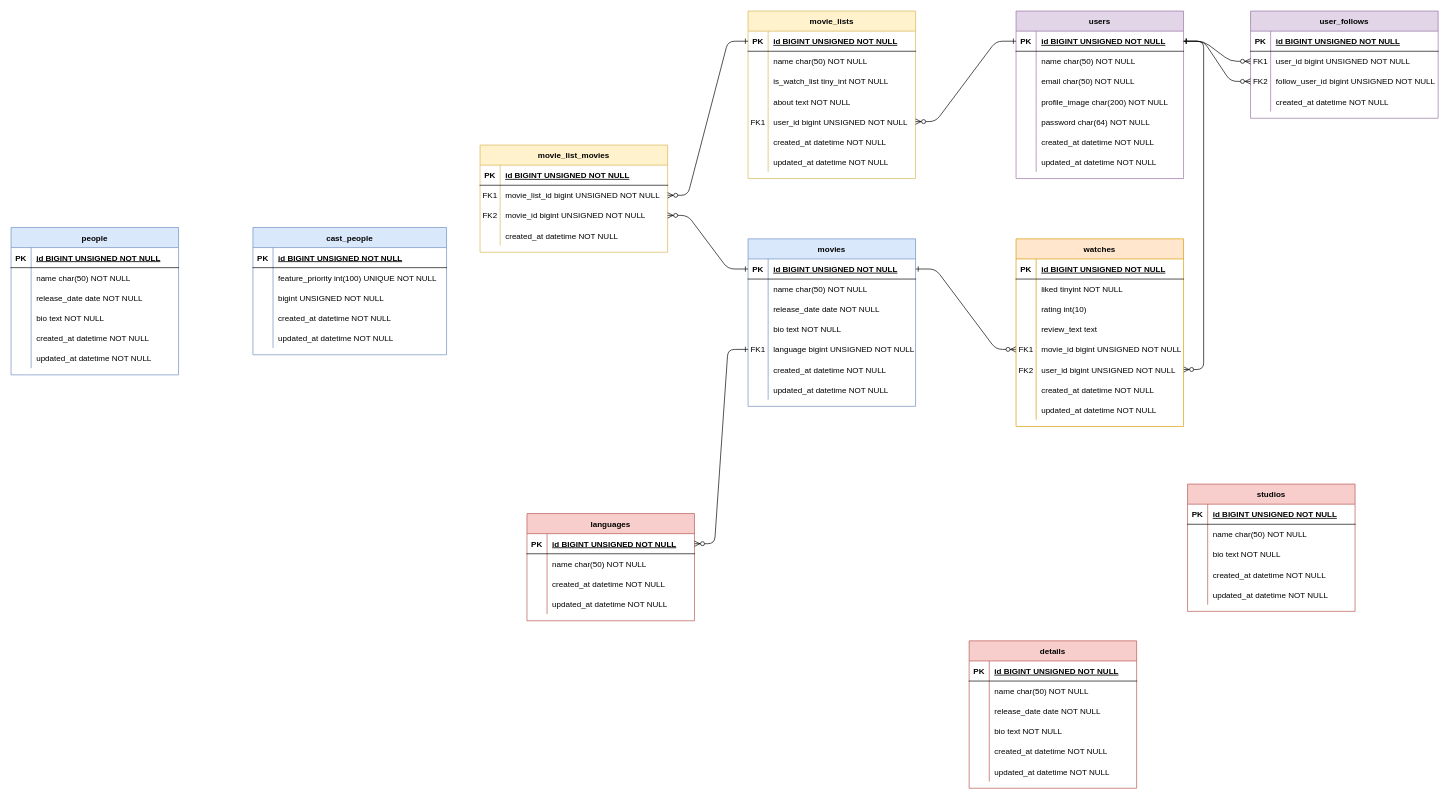
Above: draw_io/letterboxd.drawio in DonovanFitzGerald/letterboxd (draw.io), before the change. Source tidied: cells renumbered, new cells numbered last; positions are measured from the earlier drawing's top-left corner, leaving out a move shared by most shapes. Both pictures are drawn from the tidied source at 67%, with x=0, y=0 at pixel (11, 11).
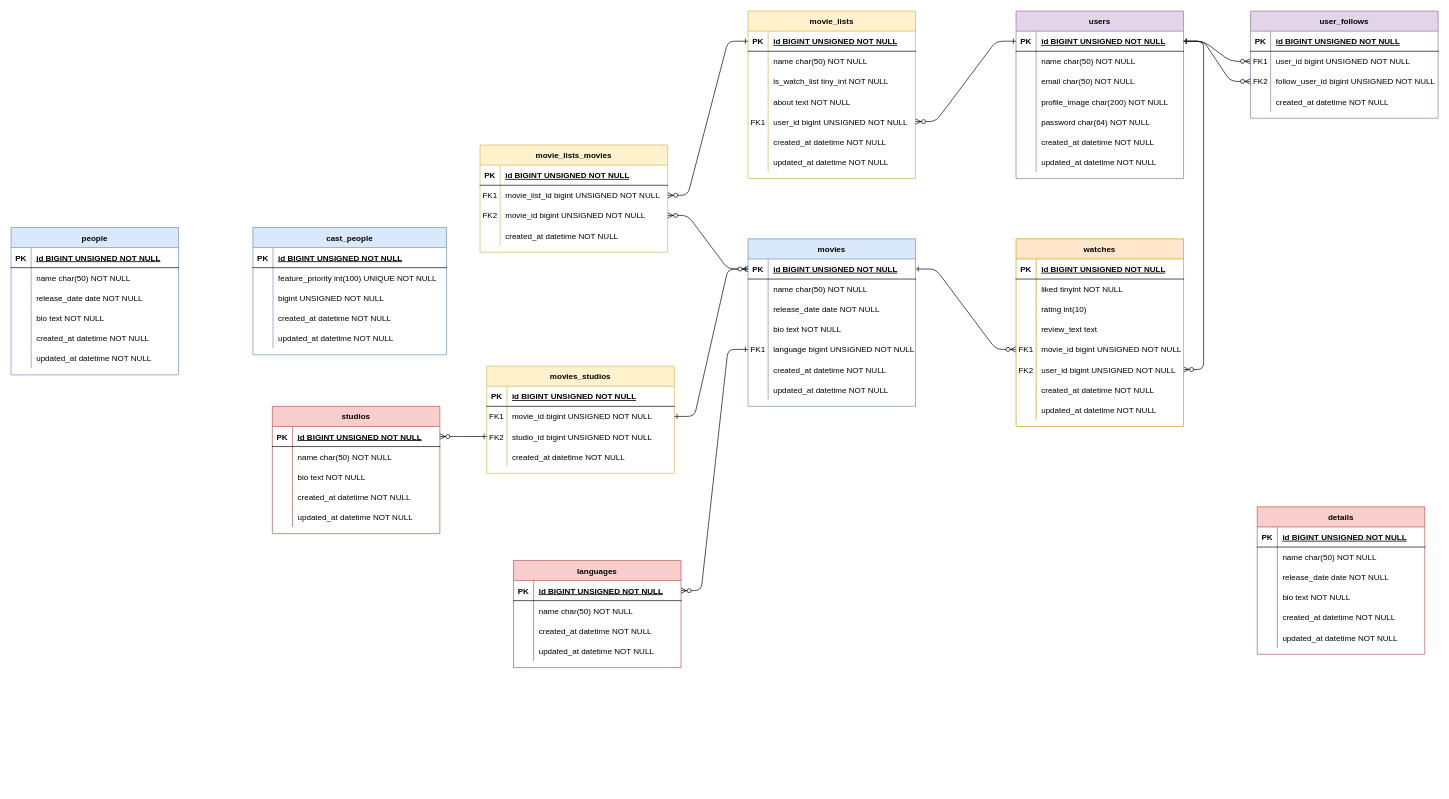
Above is the later version.

Commit message:
Studio pivot table

Unchanged cells that the change refers to:
```xml
<mxCell id="52" style="shape=partialRectangle;fillColor=none;points=[[0,0.5],[1,0.5]];portConstraint=eastwest;top=0;left=0;right=0;bottom=1;" parent="51" vertex="1">
  <mxGeometry y="30" width="250" height="30" as="geometry" />
</mxCell>
<mxCell id="162" style="shape=partialRectangle;fillColor=none;points=[[0,0.5],[1,0.5]];portConstraint=eastwest;top=0;left=0;right=0;bottom=1;" parent="161" vertex="1">
  <mxGeometry y="30" width="250" height="30" as="geometry" />
</mxCell>
```

The edit, as a diff of the source:
```diff
@@
-    <mxCell id="96" value="movie_list_movies" style="shape=table;startSize=30;childLayout=tableLayout;rowLines=0;fontStyle=1;align=center;fillColor=#fff2cc;strokeColor=#d6b656;" parent="1" vertex="1">
+    <mxCell id="96" value="movie_lists_movies" style="shape=table;startSize=30;childLayout=tableLayout;rowLines=0;fontStyle=1;align=center;fillColor=#fff2cc;strokeColor=#d6b656;" parent="1" vertex="1">
       <mxGeometry x="700" y="200" width="280" height="160" as="geometry" />
     </mxCell>
@@
     <mxCell id="142" value="details" style="shape=table;startSize=30;childLayout=tableLayout;rowLines=0;fontStyle=1;align=center;fillColor=#f8cecc;strokeColor=#b85450;" parent="1" vertex="1">
-      <mxGeometry x="1430" y="940" width="250" height="220" as="geometry" />
+      <mxGeometry x="1860" y="740" width="250" height="220" as="geometry" />
     </mxCell>
@@
     <mxCell id="161" value="studios" style="shape=table;startSize=30;childLayout=tableLayout;rowLines=0;fontStyle=1;align=center;fillColor=#f8cecc;strokeColor=#b85450;" parent="1" vertex="1">
-      <mxGeometry x="1756" y="706" width="250" height="190" as="geometry" />
+      <mxGeometry x="390" y="590" width="250" height="190" as="geometry" />
     </mxCell>
@@
     <mxCell id="177" value="languages" style="shape=table;startSize=30;childLayout=tableLayout;rowLines=0;fontStyle=1;align=center;fillColor=#f8cecc;strokeColor=#b85450;" parent="1" vertex="1">
-      <mxGeometry x="770" y="750" width="250" height="160" as="geometry" />
+      <mxGeometry x="750" y="820" width="250" height="160" as="geometry" />
     </mxCell>
@@
+    <mxCell id="210" value="movies_studios" style="shape=table;startSize=30;childLayout=tableLayout;rowLines=0;fontStyle=1;align=center;fillColor=#fff2cc;strokeColor=#d6b656;" parent="1" vertex="1">
+      <mxGeometry x="710" y="530" width="280" height="160" as="geometry" />
+    </mxCell>
+    <mxCell id="211" style="shape=partialRectangle;fillColor=none;top=0;left=0;right=0;bottom=1;" parent="210" vertex="1">
+      <mxGeometry y="30" width="280" height="30" as="geometry" />
+    </mxCell>
+    <mxCell id="212" value="PK" style="shape=partialRectangle;overflow=hidden;fillColor=none;top=0;left=0;bottom=0;right=0;fontStyle=1;" parent="211" vertex="1">
+      <mxGeometry width="30" height="30" as="geometry" />
+    </mxCell>
+    <mxCell id="213" value="id BIGINT UNSIGNED NOT NULL " style="shape=partialRectangle;overflow=hidden;fillColor=none;top=0;left=0;bottom=0;right=0;align=left;spacingLeft=6;fontStyle=5;" parent="211" vertex="1">
+      <mxGeometry x="30" width="250" height="30" as="geometry" />
+    </mxCell>
+    <mxCell id="214" style="shape=partialRectangle;fillColor=none;points=[[0,0.5],[1,0.5]];portConstraint=eastwest;top=0;left=0;right=0;bottom=0;" parent="210" vertex="1">
+      <mxGeometry y="60" width="280" height="30" as="geometry" />
+    </mxCell>
+    <mxCell id="215" value="FK1" style="shape=partialRectangle;overflow=hidden;fillColor=none;top=0;left=0;bottom=0;right=0;" parent="214" vertex="1">
+      <mxGeometry width="30" height="30" as="geometry" />
+    </mxCell>
+    <mxCell id="216" value="movie_id bigint UNSIGNED NOT NULL" style="shape=partialRectangle;overflow=hidden;fillColor=none;top=0;left=0;bottom=0;right=0;align=left;spacingLeft=6;" parent="214" vertex="1">
+      <mxGeometry x="30" width="250" height="30" as="geometry" />
+    </mxCell>
+    <mxCell id="217" style="shape=partialRectangle;fillColor=none;points=[[0,0.5],[1,0.5]];portConstraint=eastwest;top=0;left=0;right=0;bottom=0;" parent="210" vertex="1">
+      <mxGeometry y="90" width="280" height="30" as="geometry" />
+    </mxCell>
+    <mxCell id="218" value="FK2" style="shape=partialRectangle;overflow=hidden;fillColor=none;top=0;left=0;bottom=0;right=0;" parent="217" vertex="1">
+      <mxGeometry width="30" height="30" as="geometry" />
+    </mxCell>
+    <mxCell id="219" value="studio_id bigint UNSIGNED NOT NULL" style="shape=partialRectangle;overflow=hidden;fillColor=none;top=0;left=0;bottom=0;right=0;align=left;spacingLeft=6;" parent="217" vertex="1">
+      <mxGeometry x="30" width="250" height="30" as="geometry" />
+    </mxCell>
+    <mxCell id="220" style="shape=partialRectangle;fillColor=none;top=0;left=0;right=0;bottom=0;" parent="210" vertex="1">
+      <mxGeometry y="120" width="280" height="30" as="geometry" />
+    </mxCell>
+    <mxCell id="221" style="shape=partialRectangle;overflow=hidden;fillColor=none;top=0;left=0;bottom=0;right=0;" parent="220" vertex="1">
+      <mxGeometry width="30" height="30" as="geometry" />
+    </mxCell>
+    <mxCell id="222" value="created_at datetime NOT NULL" style="shape=partialRectangle;overflow=hidden;fillColor=none;top=0;left=0;bottom=0;right=0;align=left;spacingLeft=6;" parent="220" vertex="1">
+      <mxGeometry x="30" width="250" height="30" as="geometry" />
+    </mxCell>
+    <mxCell id="223" style="edgeStyle=entityRelationEdgeStyle;endArrow=ERzeroToMany;startArrow=ERone;endFill=1;startFill=0;exitX=0;exitY=0.5;exitDx=0;exitDy=0;entryX=1;entryY=0.5;entryDx=0;entryDy=0;" parent="1" edge="1" source="217" target="162">
+      <mxGeometry relative="1" as="geometry" />
+    </mxCell>
+    <mxCell id="224" style="edgeStyle=entityRelationEdgeStyle;endArrow=ERzeroToMany;startArrow=ERone;endFill=1;startFill=0;entryX=0;entryY=0.5;entryDx=0;entryDy=0;exitX=1;exitY=0.5;exitDx=0;exitDy=0;" parent="1" edge="1" source="214" target="52">
+      <mxGeometry relative="1" as="geometry" />
+    </mxCell>
```
